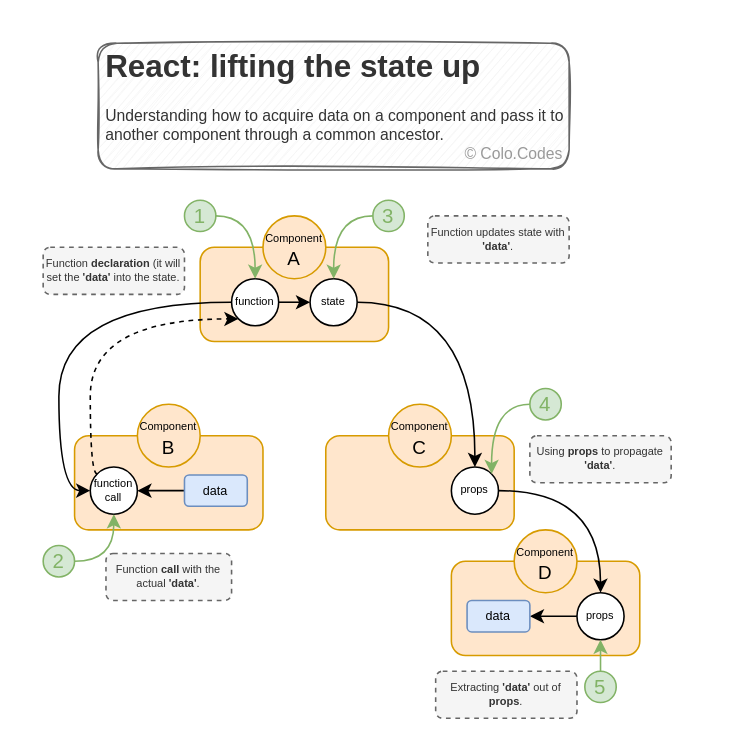
The draw.io diagram 01-my-react-files/06-project-book-collector/Lifting state up.drawio in Colo-Codes/react-the-complete-guide-course-code, before the edit. Source tidied: cells renumbered, new cells numbered last; positions are measured from the earlier drawing's top-left corner, leaving out a move shared by most shapes. Both pictures are drawn from the tidied source at 157%, with x=0, y=0 at pixel (42, 42).
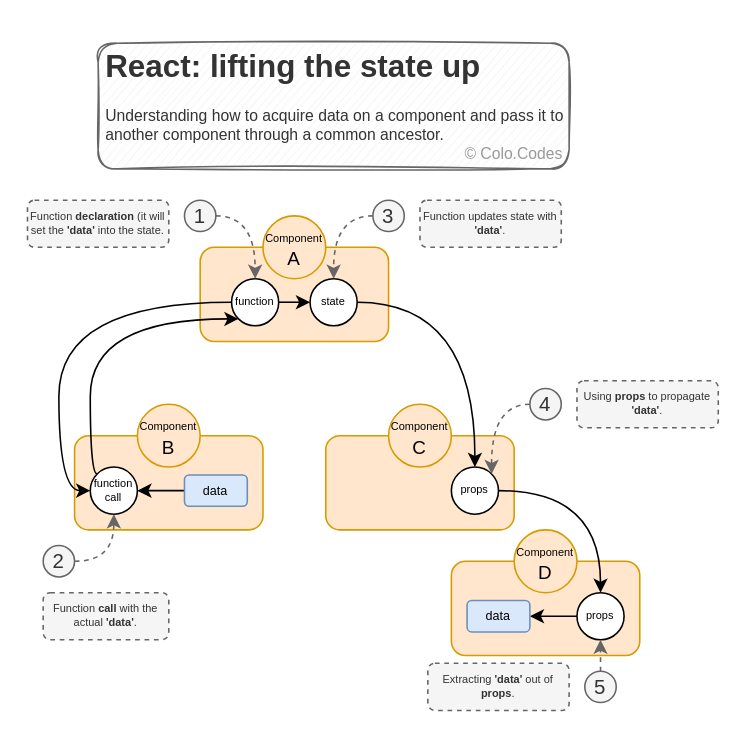
The same page after the edit.

Unchanged cells that the change refers to:
```xml
<mxCell id="13" value="function call" style="ellipse;whiteSpace=wrap;html=1;fontSize=7;align=center;" parent="1" vertex="1">
  <mxGeometry x="30" y="270" width="30" height="30" as="geometry" />
</mxCell>
<mxCell id="20" value="function" style="ellipse;whiteSpace=wrap;html=1;fontSize=7;align=center;" parent="1" vertex="1">
  <mxGeometry x="120" y="150" width="30" height="30" as="geometry" />
</mxCell>
<mxCell id="22" value="state" style="ellipse;whiteSpace=wrap;html=1;fontSize=7;align=center;" parent="1" vertex="1">
  <mxGeometry x="170" y="150" width="30" height="30" as="geometry" />
</mxCell>
<mxCell id="24" value="props" style="ellipse;whiteSpace=wrap;html=1;fontSize=7;align=center;" parent="1" vertex="1">
  <mxGeometry x="260" y="270" width="30" height="30" as="geometry" />
</mxCell>
<mxCell id="26" value="props" style="ellipse;whiteSpace=wrap;html=1;fontSize=7;align=center;" parent="1" vertex="1">
  <mxGeometry x="340" y="350" width="30" height="30" as="geometry" />
</mxCell>
```

What changed in the source:
```diff
@@
     <mxCell id="8" value="&lt;span style=&quot;font-size: 7px&quot;&gt;Function &lt;b&gt;declaration&lt;/b&gt;&amp;nbsp;(it will set the &lt;b&gt;'data'&lt;/b&gt; into the state.&lt;/span&gt;" style="rounded=1;whiteSpace=wrap;html=1;fontSize=7;fillColor=#f5f5f5;strokeColor=#666666;fontColor=#333333;dashed=1;" parent="1" vertex="1">
-      <mxGeometry y="130" width="90" height="30" as="geometry" />
+      <mxGeometry x="-10" y="100" width="90" height="30" as="geometry" />
     </mxCell>
@@
     <mxCell id="11" value="&lt;span style=&quot;font-size: 7px&quot;&gt;Function &lt;b&gt;call&lt;/b&gt;&amp;nbsp;with the actual &lt;b&gt;'data'&lt;/b&gt;.&lt;/span&gt;" style="rounded=1;whiteSpace=wrap;html=1;fontSize=7;dashed=1;fillColor=#f5f5f5;strokeColor=#666666;fontColor=#333333;" parent="1" vertex="1">
-      <mxGeometry x="40" y="325" width="80" height="30" as="geometry" />
+      <mxGeometry y="350" width="80" height="30" as="geometry" />
     </mxCell>
-    <mxCell id="12" style="edgeStyle=orthogonalEdgeStyle;curved=1;rounded=0;jettySize=auto;html=1;exitX=0;exitY=0;exitDx=0;exitDy=0;entryX=0;entryY=1;entryDx=0;entryDy=0;fontSize=8;startArrow=none;startFill=0;dashed=1;" parent="1" edge="1" source="13" target="20">
+    <mxCell id="12" style="edgeStyle=orthogonalEdgeStyle;curved=1;rounded=0;jettySize=auto;html=1;exitX=0;exitY=0;exitDx=0;exitDy=0;entryX=0;entryY=1;entryDx=0;entryDy=0;fontSize=8;startArrow=none;startFill=0;" parent="1" edge="1" source="13" target="20">
       <mxGeometry relative="1" as="geometry">
         <Array as="points">
           <mxPoint x="30" y="274" />
           <mxPoint x="30" y="176" />
         </Array>
       </mxGeometry>
     </mxCell>
@@
     <mxCell id="14" value="&lt;span style=&quot;font-size: 7px&quot;&gt;Function updates state with &lt;b&gt;'data'&lt;/b&gt;.&lt;/span&gt;" style="rounded=1;whiteSpace=wrap;html=1;fontSize=7;fillColor=#f5f5f5;strokeColor=#666666;fontColor=#333333;dashed=1;" parent="1" vertex="1">
-      <mxGeometry x="245" y="110" width="90" height="30" as="geometry" />
+      <mxGeometry x="240" y="100" width="90" height="30" as="geometry" />
     </mxCell>
     <mxCell id="15" value="&lt;span style=&quot;font-size: 7px&quot;&gt;Using &lt;b&gt;props&lt;/b&gt; to propagate &lt;b&gt;'data'&lt;/b&gt;.&lt;/span&gt;" style="rounded=1;whiteSpace=wrap;html=1;fontSize=7;fillColor=#f5f5f5;strokeColor=#666666;fontColor=#333333;dashed=1;" parent="1" vertex="1">
-      <mxGeometry x="310" y="250" width="90" height="30" as="geometry" />
+      <mxGeometry x="340" y="215" width="90" height="30" as="geometry" />
     </mxCell>
     <mxCell id="16" value="&lt;span style=&quot;font-size: 7px&quot;&gt;Extracting &lt;b&gt;'data'&lt;/b&gt; out of &lt;b&gt;props&lt;/b&gt;.&lt;/span&gt;" style="rounded=1;whiteSpace=wrap;html=1;fontSize=7;fillColor=#f5f5f5;strokeColor=#666666;fontColor=#333333;dashed=1;" parent="1" vertex="1">
-      <mxGeometry x="250" y="400" width="90" height="30" as="geometry" />
+      <mxGeometry x="245" y="395" width="90" height="30" as="geometry" />
     </mxCell>
@@
-    <mxCell id="29" style="edgeStyle=orthogonalEdgeStyle;curved=1;rounded=0;jettySize=auto;html=1;exitX=1;exitY=0.5;exitDx=0;exitDy=0;entryX=0.5;entryY=0;entryDx=0;entryDy=0;fontSize=13;fontColor=#82B366;startArrow=none;startFill=0;strokeColor=#82B366;" parent="1" edge="1" source="30" target="20">
+    <mxCell id="29" style="edgeStyle=orthogonalEdgeStyle;curved=1;rounded=0;jettySize=auto;html=1;exitX=1;exitY=0.5;exitDx=0;exitDy=0;entryX=0.5;entryY=0;entryDx=0;entryDy=0;fontSize=13;fontColor=#82B366;startArrow=none;startFill=0;strokeColor=#666666;dashed=1;" parent="1" edge="1" source="30" target="20">
       <mxGeometry relative="1" as="geometry" />
     </mxCell>
-    <mxCell id="30" value="1" style="ellipse;whiteSpace=wrap;html=1;fontSize=13;align=center;fillColor=#d5e8d4;strokeColor=#82b366;fontColor=#82B366;" parent="1" vertex="1">
+    <mxCell id="30" value="1" style="ellipse;whiteSpace=wrap;html=1;fontSize=13;align=center;fillColor=#f5f5f5;strokeColor=#666666;fontColor=#333333;" parent="1" vertex="1">
       <mxGeometry x="90" y="100" width="20" height="20" as="geometry" />
     </mxCell>
-    <mxCell id="31" style="edgeStyle=orthogonalEdgeStyle;curved=1;rounded=0;jettySize=auto;html=1;exitX=1;exitY=0.5;exitDx=0;exitDy=0;entryX=0.5;entryY=1;entryDx=0;entryDy=0;fontSize=13;fontColor=#82B366;startArrow=none;startFill=0;strokeColor=#82B366;" parent="1" edge="1" source="32" target="13">
+    <mxCell id="31" style="edgeStyle=orthogonalEdgeStyle;curved=1;rounded=0;jettySize=auto;html=1;exitX=1;exitY=0.5;exitDx=0;exitDy=0;entryX=0.5;entryY=1;entryDx=0;entryDy=0;fontSize=13;fontColor=#82B366;startArrow=none;startFill=0;strokeColor=#666666;dashed=1;" parent="1" edge="1" source="32" target="13">
       <mxGeometry relative="1" as="geometry" />
     </mxCell>
-    <mxCell id="32" value="2" style="ellipse;whiteSpace=wrap;html=1;fontSize=13;align=center;fillColor=#d5e8d4;strokeColor=#82b366;fontColor=#82B366;" parent="1" vertex="1">
+    <mxCell id="32" value="2" style="ellipse;whiteSpace=wrap;html=1;fontSize=13;align=center;fillColor=#f5f5f5;fontColor=#333333;strokeColor=#666666;" parent="1" vertex="1">
       <mxGeometry y="320" width="20" height="20" as="geometry" />
     </mxCell>
-    <mxCell id="33" style="edgeStyle=orthogonalEdgeStyle;curved=1;rounded=0;jettySize=auto;html=1;exitX=0;exitY=0.5;exitDx=0;exitDy=0;entryX=0.5;entryY=0;entryDx=0;entryDy=0;fontSize=13;fontColor=#82B366;startArrow=none;startFill=0;strokeColor=#82B366;" parent="1" edge="1" source="34" target="22">
+    <mxCell id="33" style="edgeStyle=orthogonalEdgeStyle;curved=1;rounded=0;jettySize=auto;html=1;exitX=0;exitY=0.5;exitDx=0;exitDy=0;entryX=0.5;entryY=0;entryDx=0;entryDy=0;fontSize=13;fontColor=#82B366;startArrow=none;startFill=0;strokeColor=#666666;dashed=1;" parent="1" edge="1" source="34" target="22">
       <mxGeometry relative="1" as="geometry" />
     </mxCell>
-    <mxCell id="34" value="3" style="ellipse;whiteSpace=wrap;html=1;fontSize=13;align=center;fillColor=#d5e8d4;strokeColor=#82b366;fontColor=#82B366;" parent="1" vertex="1">
+    <mxCell id="34" value="3" style="ellipse;whiteSpace=wrap;html=1;fontSize=13;align=center;fillColor=#f5f5f5;strokeColor=#666666;fontColor=#333333;" parent="1" vertex="1">
       <mxGeometry x="210" y="100" width="20" height="20" as="geometry" />
     </mxCell>
-    <mxCell id="35" style="edgeStyle=orthogonalEdgeStyle;curved=1;rounded=0;jettySize=auto;html=1;exitX=0;exitY=0.5;exitDx=0;exitDy=0;entryX=1;entryY=0;entryDx=0;entryDy=0;fontSize=13;fontColor=#82B366;startArrow=none;startFill=0;strokeColor=#82B366;" parent="1" edge="1" source="36" target="24">
+    <mxCell id="35" style="edgeStyle=orthogonalEdgeStyle;curved=1;rounded=0;jettySize=auto;html=1;exitX=0;exitY=0.5;exitDx=0;exitDy=0;entryX=1;entryY=0;entryDx=0;entryDy=0;fontSize=13;fontColor=#82B366;startArrow=none;startFill=0;strokeColor=#666666;dashed=1;" parent="1" edge="1" source="36" target="24">
       <mxGeometry relative="1" as="geometry" />
     </mxCell>
-    <mxCell id="36" value="4" style="ellipse;whiteSpace=wrap;html=1;fontSize=13;align=center;fillColor=#d5e8d4;strokeColor=#82b366;fontColor=#82B366;" parent="1" vertex="1">
+    <mxCell id="36" value="4" style="ellipse;whiteSpace=wrap;html=1;fontSize=13;align=center;fillColor=#f5f5f5;fontColor=#333333;strokeColor=#666666;" parent="1" vertex="1">
       <mxGeometry x="310" y="220" width="20" height="20" as="geometry" />
     </mxCell>
-    <mxCell id="37" style="edgeStyle=orthogonalEdgeStyle;curved=1;rounded=0;jettySize=auto;html=1;exitX=0.5;exitY=0;exitDx=0;exitDy=0;entryX=0.5;entryY=1;entryDx=0;entryDy=0;fontSize=13;fontColor=#82B366;startArrow=none;startFill=0;strokeColor=#82B366;" parent="1" edge="1" source="38" target="26">
+    <mxCell id="37" style="edgeStyle=orthogonalEdgeStyle;curved=1;rounded=0;jettySize=auto;html=1;exitX=0.5;exitY=0;exitDx=0;exitDy=0;entryX=0.5;entryY=1;entryDx=0;entryDy=0;fontSize=13;fontColor=#82B366;startArrow=none;startFill=0;strokeColor=#666666;dashed=1;" parent="1" edge="1" source="38" target="26">
       <mxGeometry relative="1" as="geometry" />
     </mxCell>
-    <mxCell id="38" value="5" style="ellipse;whiteSpace=wrap;html=1;fontSize=13;align=center;fillColor=#d5e8d4;strokeColor=#82b366;fontColor=#82B366;" parent="1" vertex="1">
+    <mxCell id="38" value="5" style="ellipse;whiteSpace=wrap;html=1;fontSize=13;align=center;fillColor=#f5f5f5;fontColor=#333333;strokeColor=#666666;" parent="1" vertex="1">
       <mxGeometry x="345" y="400" width="20" height="20" as="geometry" />
     </mxCell>
```
